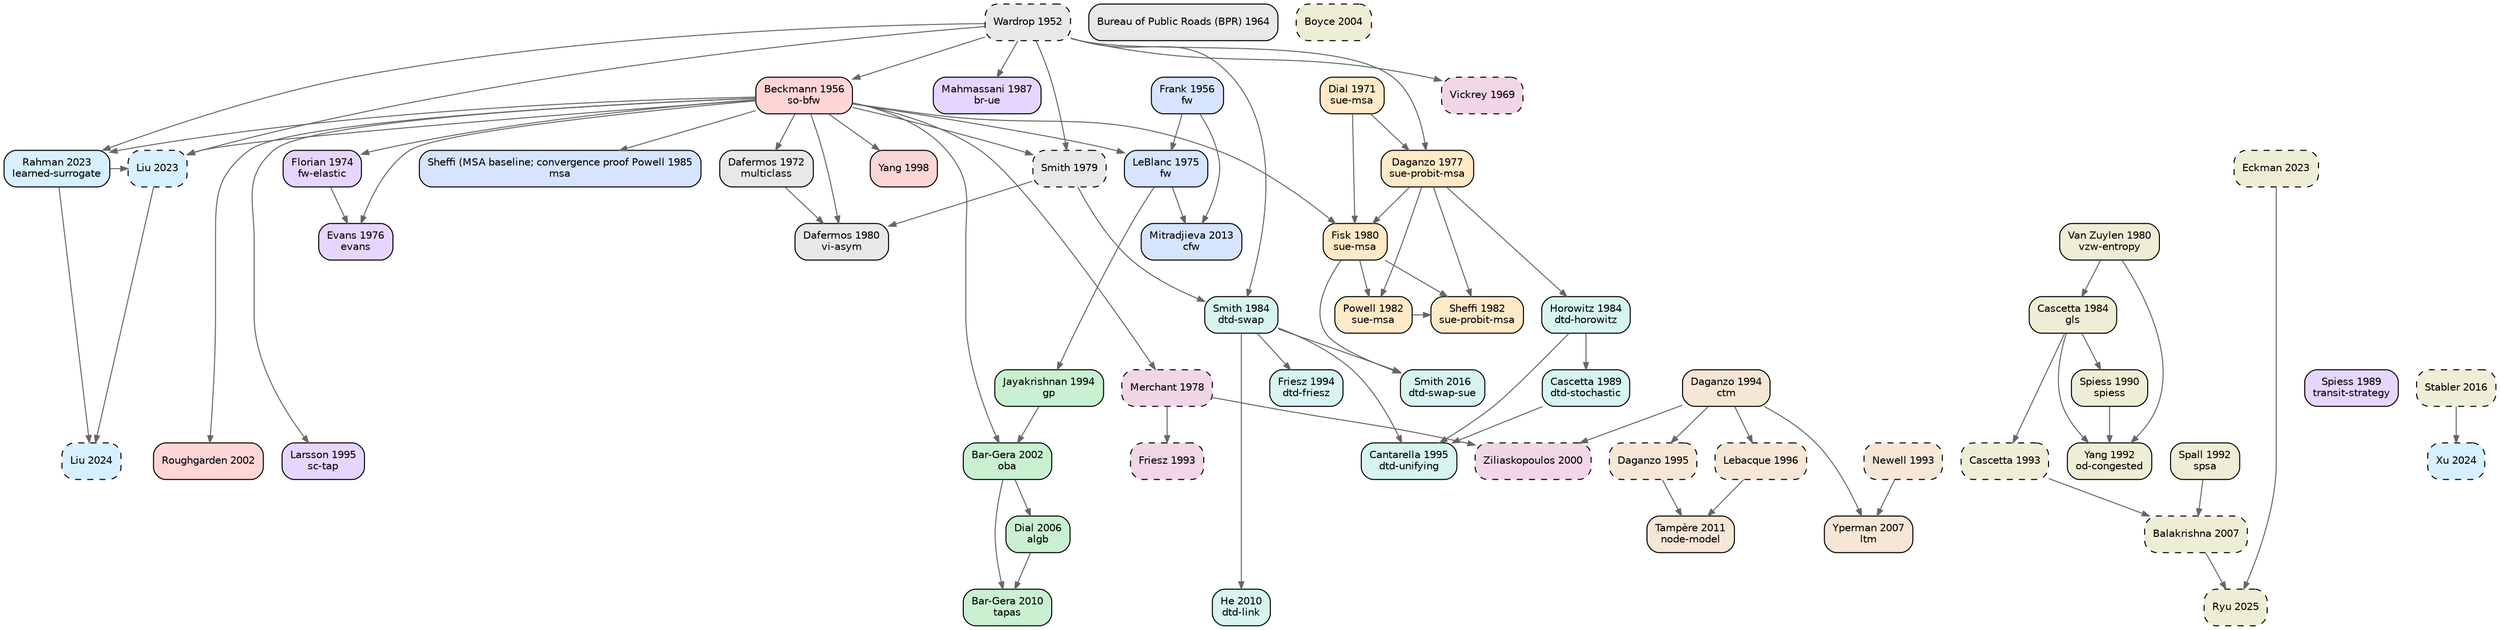
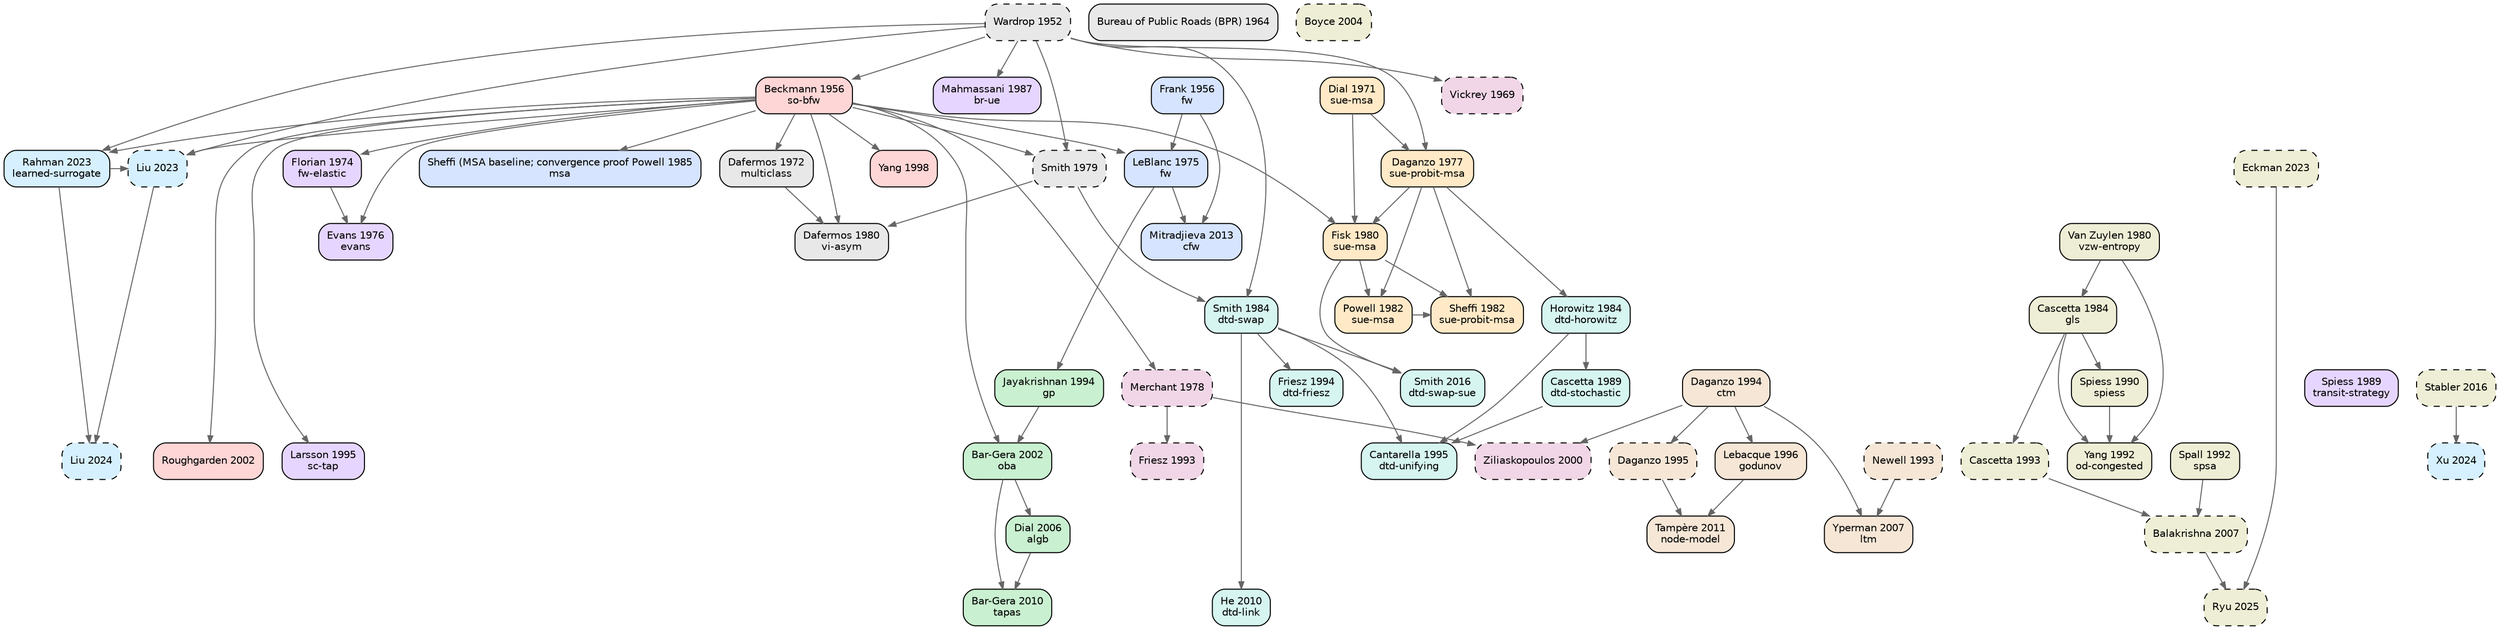
digraph TA_evolution {
  rankdir=TB; node [shape=box,style="rounded,filled",fontname="Helvetica",fontsize=10];
  edge [color="#666666",arrowsize=0.7];
  { rank=same; "wardrop1952some" }
  { rank=same; "frank1956algorithm" "beckmann1956studies" }
  { rank=same; "bpr1964traffic" }
  { rank=same; "vickrey1969congestion" }
  { rank=same; "dial1971probabilistic" }
  { rank=same; "dafermos1972traffic" }
  { rank=same; "florian1974method" }
  { rank=same; "leblanc1975efficient" }
  { rank=same; "evans1976derivation" }
  { rank=same; "daganzo1977stochastic" }
  { rank=same; "merchant1978model" }
  { rank=same; "smith1979existence" }
  { rank=same; "dafermos1980traffic" "fisk1980some" "vanzuylen1980most" }
  { rank=same; "powell1982convergence" "sheffi1982algorithm" }
  { rank=same; "horowitz1984stability" "smith1984stability" "cascetta1984estimation" }
  { rank=same; "sheffi1985urban" }
  { rank=same; "mahmassani1987on" }
  { rank=same; "spiess1989optimal" "cascetta1989stochastic" }
  { rank=same; "spiess1990gradient" }
  { rank=same; "spall1992multivariate" "yang1992estimation" }
  { rank=same; "newell1993simplified" "friesz1993variational" "cascetta1993dynamic" }
  { rank=same; "jayakrishnan1994faster" "friesz1994daytoday" "daganzo1994cell" }
  { rank=same; "larsson1995augmented" "cantarella1995dynamic" "daganzo1995cell" }
  { rank=same; "lebacque1996godunov" }
  { rank=same; "yang1998principle" }
  { rank=same; "ziliaskopoulos2000linear" }
  { rank=same; "bargera2002origin" "roughgarden2002how" }
  { rank=same; "boyce2004convergence" }
  { rank=same; "dial2006path" }
  { rank=same; "yperman2007link" "balakrishna2007offline" }
  { rank=same; "bargera2010traffic" "he2010linkbased" }
  { rank=same; "tampere2011generic" }
  { rank=same; "mitradjieva2013stiff" }
  { rank=same; "smith2016routeswapping" "stabler2016transportation" }
  { rank=same; "liu2023end" "rahman2023data" "eckman2023simopt" }
  { rank=same; "liu2024end" "xu2024unified" }
  { rank=same; "ryu2025bo4mob" }
  "wardrop1952some" [label="Wardrop 1952\n",fillcolor="#e8e8e8",style="rounded,filled,dashed"];
  "bpr1964traffic" [label="Bureau of Public Roads (BPR) 1964\n",fillcolor="#e8e8e8",style="rounded,filled"];
  "dafermos1972traffic" [label="Dafermos 1972\nmulticlass",fillcolor="#e8e8e8",style="rounded,filled"];
  "smith1979existence" [label="Smith 1979\n",fillcolor="#e8e8e8",style="rounded,filled,dashed"];
  "dafermos1980traffic" [label="Dafermos 1980\nvi-asym",fillcolor="#e8e8e8",style="rounded,filled"];
  "frank1956algorithm" [label="Frank 1956\nfw",fillcolor="#d6e4ff",style="rounded,filled"];
  "leblanc1975efficient" [label="LeBlanc 1975\nfw",fillcolor="#d6e4ff",style="rounded,filled"];
  "sheffi1985urban" [label="Sheffi (MSA baseline; convergence proof Powell 1985\nmsa",fillcolor="#d6e4ff",style="rounded,filled"];
  "mitradjieva2013stiff" [label="Mitradjieva 2013\ncfw",fillcolor="#d6e4ff",style="rounded,filled"];
  "jayakrishnan1994faster" [label="Jayakrishnan 1994\ngp",fillcolor="#c9f0d0",style="rounded,filled"];
  "bargera2002origin" [label="Bar-Gera 2002\noba",fillcolor="#c9f0d0",style="rounded,filled"];
  "dial2006path" [label="Dial 2006\nalgb",fillcolor="#c9f0d0",style="rounded,filled"];
  "bargera2010traffic" [label="Bar-Gera 2010\ntapas",fillcolor="#c9f0d0",style="rounded,filled"];
  "dial1971probabilistic" [label="Dial 1971\nsue-msa",fillcolor="#ffe9c7",style="rounded,filled"];
  "daganzo1977stochastic" [label="Daganzo 1977\nsue-probit-msa",fillcolor="#ffe9c7",style="rounded,filled"];
  "fisk1980some" [label="Fisk 1980\nsue-msa",fillcolor="#ffe9c7",style="rounded,filled"];
  "powell1982convergence" [label="Powell 1982\nsue-msa",fillcolor="#ffe9c7",style="rounded,filled"];
  "sheffi1982algorithm" [label="Sheffi 1982\nsue-probit-msa",fillcolor="#ffe9c7",style="rounded,filled"];
  "beckmann1956studies" [label="Beckmann 1956\nso-bfw",fillcolor="#ffd6d6",style="rounded,filled"];
  "yang1998principle" [label="Yang 1998\n",fillcolor="#ffd6d6",style="rounded,filled"];
  "roughgarden2002how" [label="Roughgarden 2002\n",fillcolor="#ffd6d6",style="rounded,filled"];
  "florian1974method" [label="Florian 1974\nfw-elastic",fillcolor="#e6d6ff",style="rounded,filled"];
  "evans1976derivation" [label="Evans 1976\nevans",fillcolor="#e6d6ff",style="rounded,filled"];
  "mahmassani1987on" [label="Mahmassani 1987\nbr-ue",fillcolor="#e6d6ff",style="rounded,filled"];
  "spiess1989optimal" [label="Spiess 1989\ntransit-strategy",fillcolor="#e6d6ff",style="rounded,filled"];
  "larsson1995augmented" [label="Larsson 1995\nsc-tap",fillcolor="#e6d6ff",style="rounded,filled"];
  "horowitz1984stability" [label="Horowitz 1984\ndtd-horowitz",fillcolor="#d6f5f0",style="rounded,filled"];
  "smith1984stability" [label="Smith 1984\ndtd-swap",fillcolor="#d6f5f0",style="rounded,filled"];
  "cascetta1989stochastic" [label="Cascetta 1989\ndtd-stochastic",fillcolor="#d6f5f0",style="rounded,filled"];
  "friesz1994daytoday" [label="Friesz 1994\ndtd-friesz",fillcolor="#d6f5f0",style="rounded,filled"];
  "cantarella1995dynamic" [label="Cantarella 1995\ndtd-unifying",fillcolor="#d6f5f0",style="rounded,filled"];
  "he2010linkbased" [label="He 2010\ndtd-link",fillcolor="#d6f5f0",style="rounded,filled"];
  "smith2016routeswapping" [label="Smith 2016\ndtd-swap-sue",fillcolor="#d6f5f0",style="rounded,filled"];
  "newell1993simplified" [label="Newell 1993\n",fillcolor="#f5e6d6",style="rounded,filled,dashed"];
  "daganzo1994cell" [label="Daganzo 1994\nctm",fillcolor="#f5e6d6",style="rounded,filled"];
  "daganzo1995cell" [label="Daganzo 1995\n",fillcolor="#f5e6d6",style="rounded,filled,dashed"];
-   "lebacque1996godunov" [label="Lebacque 1996\n",fillcolor="#f5e6d6",style="rounded,filled,dashed"];
+   "lebacque1996godunov" [label="Lebacque 1996\ngodunov",fillcolor="#f5e6d6",style="rounded,filled"];
  "yperman2007link" [label="Yperman 2007\nltm",fillcolor="#f5e6d6",style="rounded,filled"];
  "tampere2011generic" [label="Tampère 2011\nnode-model",fillcolor="#f5e6d6",style="rounded,filled"];
  "vickrey1969congestion" [label="Vickrey 1969\n",fillcolor="#f0d6e6",style="rounded,filled,dashed"];
  "merchant1978model" [label="Merchant 1978\n",fillcolor="#f0d6e6",style="rounded,filled,dashed"];
  "friesz1993variational" [label="Friesz 1993\n",fillcolor="#f0d6e6",style="rounded,filled,dashed"];
  "ziliaskopoulos2000linear" [label="Ziliaskopoulos 2000\n",fillcolor="#f0d6e6",style="rounded,filled,dashed"];
  "liu2023end" [label="Liu 2023\n",fillcolor="#d6f0ff",style="rounded,filled,dashed"];
  "rahman2023data" [label="Rahman 2023\nlearned-surrogate",fillcolor="#d6f0ff",style="rounded,filled"];
  "liu2024end" [label="Liu 2024\n",fillcolor="#d6f0ff",style="rounded,filled,dashed"];
  "xu2024unified" [label="Xu 2024\n",fillcolor="#d6f0ff",style="rounded,filled,dashed"];
  "vanzuylen1980most" [label="Van Zuylen 1980\nvzw-entropy",fillcolor="#eeeed6",style="rounded,filled"];
  "cascetta1984estimation" [label="Cascetta 1984\ngls",fillcolor="#eeeed6",style="rounded,filled"];
  "spiess1990gradient" [label="Spiess 1990\nspiess",fillcolor="#eeeed6",style="rounded,filled"];
  "spall1992multivariate" [label="Spall 1992\nspsa",fillcolor="#eeeed6",style="rounded,filled"];
  "yang1992estimation" [label="Yang 1992\nod-congested",fillcolor="#eeeed6",style="rounded,filled"];
  "cascetta1993dynamic" [label="Cascetta 1993\n",fillcolor="#eeeed6",style="rounded,filled,dashed"];
  "boyce2004convergence" [label="Boyce 2004\n",fillcolor="#eeeed6",style="rounded,filled,dashed"];
  "balakrishna2007offline" [label="Balakrishna 2007\n",fillcolor="#eeeed6",style="rounded,filled,dashed"];
  "stabler2016transportation" [label="Stabler 2016\n",fillcolor="#eeeed6",style="rounded,filled,dashed"];
  "eckman2023simopt" [label="Eckman 2023\n",fillcolor="#eeeed6",style="rounded,filled,dashed"];
  "ryu2025bo4mob" [label="Ryu 2025\n",fillcolor="#eeeed6",style="rounded,filled,dashed"];
  "beckmann1956studies" -> "dafermos1972traffic";
  "wardrop1952some" -> "smith1979existence";
  "beckmann1956studies" -> "smith1979existence";
  "smith1979existence" -> "dafermos1980traffic";
  "beckmann1956studies" -> "dafermos1980traffic";
  "dafermos1972traffic" -> "dafermos1980traffic";
  "frank1956algorithm" -> "leblanc1975efficient";
  "beckmann1956studies" -> "leblanc1975efficient";
  "beckmann1956studies" -> "sheffi1985urban";
  "leblanc1975efficient" -> "mitradjieva2013stiff";
  "frank1956algorithm" -> "mitradjieva2013stiff";
  "leblanc1975efficient" -> "jayakrishnan1994faster";
  "jayakrishnan1994faster" -> "bargera2002origin";
  "beckmann1956studies" -> "bargera2002origin";
  "bargera2002origin" -> "dial2006path";
  "dial2006path" -> "bargera2010traffic";
  "bargera2002origin" -> "bargera2010traffic";
  "dial1971probabilistic" -> "daganzo1977stochastic";
  "wardrop1952some" -> "daganzo1977stochastic";
  "daganzo1977stochastic" -> "fisk1980some";
  "dial1971probabilistic" -> "fisk1980some";
  "beckmann1956studies" -> "fisk1980some";
  "fisk1980some" -> "powell1982convergence";
  "daganzo1977stochastic" -> "powell1982convergence";
  "daganzo1977stochastic" -> "sheffi1982algorithm";
  "powell1982convergence" -> "sheffi1982algorithm";
  "fisk1980some" -> "sheffi1982algorithm";
  "wardrop1952some" -> "beckmann1956studies";
  "beckmann1956studies" -> "yang1998principle";
  "beckmann1956studies" -> "roughgarden2002how";
  "beckmann1956studies" -> "florian1974method";
  "beckmann1956studies" -> "evans1976derivation";
  "florian1974method" -> "evans1976derivation";
  "wardrop1952some" -> "mahmassani1987on";
  "beckmann1956studies" -> "larsson1995augmented";
  "daganzo1977stochastic" -> "horowitz1984stability";
  "smith1979existence" -> "smith1984stability";
  "wardrop1952some" -> "smith1984stability";
  "horowitz1984stability" -> "cascetta1989stochastic";
  "smith1984stability" -> "friesz1994daytoday";
  "cascetta1989stochastic" -> "cantarella1995dynamic";
  "smith1984stability" -> "cantarella1995dynamic";
  "horowitz1984stability" -> "cantarella1995dynamic";
  "smith1984stability" -> "he2010linkbased";
  "smith1984stability" -> "smith2016routeswapping";
  "fisk1980some" -> "smith2016routeswapping";
  "daganzo1994cell" -> "daganzo1995cell";
  "daganzo1994cell" -> "lebacque1996godunov";
  "newell1993simplified" -> "yperman2007link";
  "daganzo1994cell" -> "yperman2007link";
  "daganzo1995cell" -> "tampere2011generic";
  "lebacque1996godunov" -> "tampere2011generic";
  "wardrop1952some" -> "vickrey1969congestion";
  "beckmann1956studies" -> "merchant1978model";
  "merchant1978model" -> "friesz1993variational";
  "merchant1978model" -> "ziliaskopoulos2000linear";
  "daganzo1994cell" -> "ziliaskopoulos2000linear";
  "rahman2023data" -> "liu2023end";
  "beckmann1956studies" -> "liu2023end";
  "wardrop1952some" -> "liu2023end";
  "wardrop1952some" -> "rahman2023data";
  "beckmann1956studies" -> "rahman2023data";
  "rahman2023data" -> "liu2024end";
  "liu2023end" -> "liu2024end";
  "stabler2016transportation" -> "xu2024unified";
  "vanzuylen1980most" -> "cascetta1984estimation";
  "cascetta1984estimation" -> "spiess1990gradient";
  "cascetta1984estimation" -> "yang1992estimation";
  "spiess1990gradient" -> "yang1992estimation";
  "vanzuylen1980most" -> "yang1992estimation";
  "cascetta1984estimation" -> "cascetta1993dynamic";
  "spall1992multivariate" -> "balakrishna2007offline";
  "cascetta1993dynamic" -> "balakrishna2007offline";
  "eckman2023simopt" -> "ryu2025bo4mob";
  "balakrishna2007offline" -> "ryu2025bo4mob";
}
